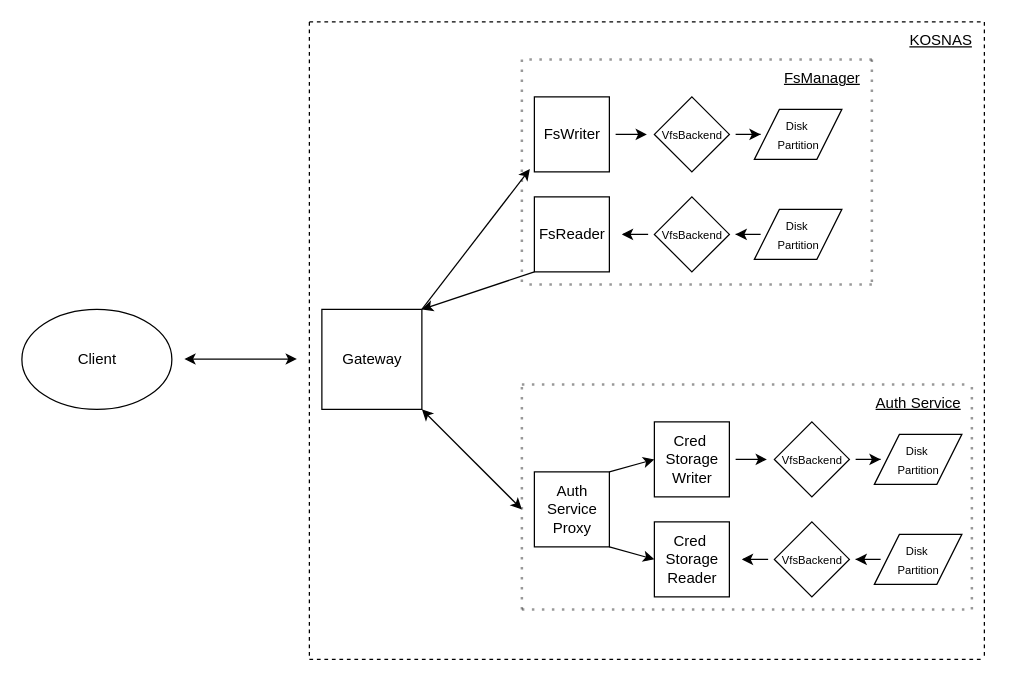
This is assets/NAS Arch.drawio from Iroh-5/kosnas, a draw.io file, before an edit. Source tidied: cells renumbered, new cells numbered last; positions are measured from the earlier drawing's top-left corner, leaving out a move shared by most shapes. Both pictures are drawn from the tidied source at 125%, with x=0, y=0 at pixel (21, 21).
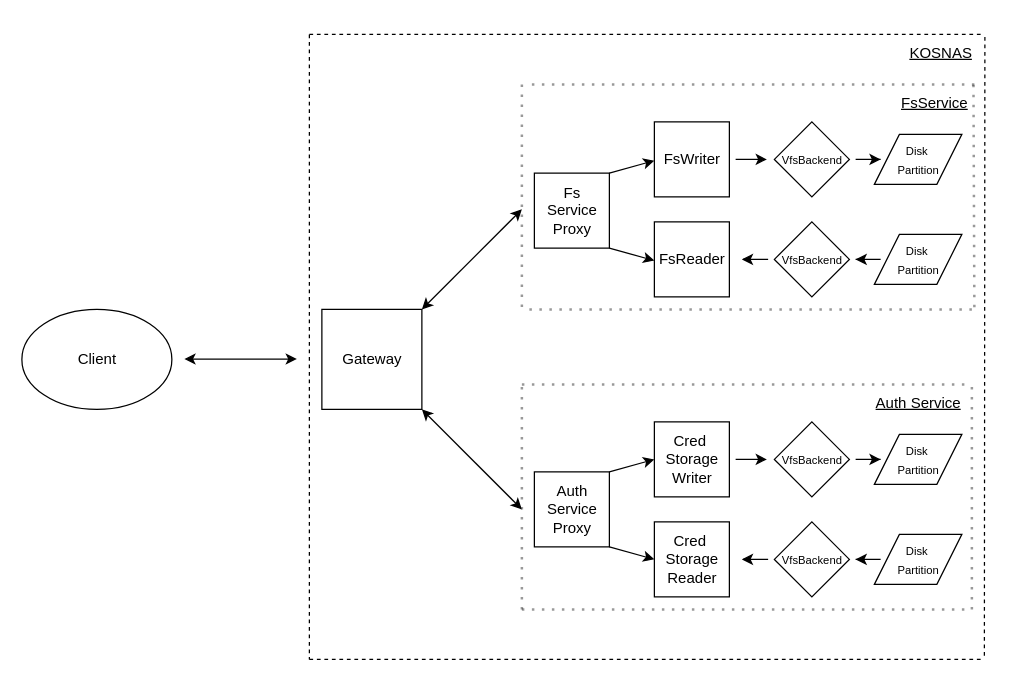
The same diagram, later.

Commit message:
Update architecture diagram v1.0 -> v1.0.1

Unchanged cells that the change refers to:
```xml
<mxCell id="2" style="whiteSpace=wrap;html=1;" parent="1" vertex="1">
  <mxGeometry x="240" y="230" width="80" height="80" as="geometry" />
</mxCell>
```

Diff of the diagram source:
```diff
@@
     <mxCell id="5" style="endArrow=none;dashed=1;html=1;rounded=0;" parent="1" edge="1">
       <mxGeometry relative="1" as="geometry">
-        <mxPoint x="230" as="sourcePoint" />
+        <mxPoint x="230" y="10" as="sourcePoint" />
         <mxPoint x="230" y="510" as="targetPoint" />
       </mxGeometry>
     </mxCell>
@@
     <mxCell id="8" style="whiteSpace=wrap;html=1;" parent="1" vertex="1">
-      <mxGeometry x="410" y="60" width="60" height="60" as="geometry" />
+      <mxGeometry x="506" y="80" width="60" height="60" as="geometry" />
     </mxCell>
     <mxCell id="9" style="whiteSpace=wrap;html=1;" parent="1" vertex="1">
-      <mxGeometry x="410" y="140" width="60" height="60" as="geometry" />
+      <mxGeometry x="506" y="160" width="60" height="60" as="geometry" />
     </mxCell>
     <mxCell id="10" style="rhombus;whiteSpace=wrap;html=1;" parent="1" vertex="1">
-      <mxGeometry x="506" y="60" width="60" height="60" as="geometry" />
+      <mxGeometry x="602" y="80" width="60" height="60" as="geometry" />
     </mxCell>
     <mxCell id="11" style="rhombus;whiteSpace=wrap;html=1;" parent="1" vertex="1">
-      <mxGeometry x="506" y="140" width="60" height="60" as="geometry" />
+      <mxGeometry x="602" y="160" width="60" height="60" as="geometry" />
     </mxCell>
     <mxCell id="12" style="shape=parallelogram;perimeter=parallelogramPerimeter;whiteSpace=wrap;html=1;fixedSize=1;" parent="1" vertex="1">
-      <mxGeometry x="586" y="70" width="70" height="40" as="geometry" />
+      <mxGeometry x="682" y="90" width="70" height="40" as="geometry" />
     </mxCell>
     <mxCell id="13" style="shape=parallelogram;perimeter=parallelogramPerimeter;whiteSpace=wrap;html=1;fixedSize=1;" parent="1" vertex="1">
-      <mxGeometry x="586" y="150" width="70" height="40" as="geometry" />
+      <mxGeometry x="682" y="170" width="70" height="40" as="geometry" />
     </mxCell>
-    <mxCell id="14" style="edgeStyle=orthogonalEdgeStyle;rounded=0;jettySize=auto;html=1;" parent="1" edge="1" source="15">
+    <mxCell id="14" style="edgeStyle=orthogonalEdgeStyle;rounded=0;orthogonalLoop=1;jettySize=auto;html=1;" parent="1" edge="1">
       <mxGeometry relative="1" as="geometry">
-        <mxPoint x="500" y="90" as="targetPoint" />
+        <mxPoint x="571" y="110" as="sourcePoint" />
+        <mxPoint x="596" y="110" as="targetPoint" />
       </mxGeometry>
     </mxCell>
-    <mxCell id="15" value="FsWriter" style="text;html=1;align=center;verticalAlign=middle;points=[];strokeColor=none;fillColor=none;" parent="1" vertex="1">
-      <mxGeometry x="405" y="75" width="70" height="30" as="geometry" />
-    </mxCell>
     <mxCell id="16" value="FsReader" style="text;html=1;align=center;verticalAlign=middle;points=[];strokeColor=none;fillColor=none;" parent="1" vertex="1">
-      <mxGeometry x="400" y="155" width="80" height="30" as="geometry" />
+      <mxGeometry x="496" y="175" width="80" height="30" as="geometry" />
     </mxCell>
     <mxCell id="17" style="endArrow=none;dashed=1;html=1;dashPattern=1 3;strokeWidth=2;rounded=0;opacity=40;" parent="1" edge="1">
       <mxGeometry relative="1" as="geometry">
-        <mxPoint x="400" y="30" as="sourcePoint" />
-        <mxPoint x="400" y="210" as="targetPoint" />
+        <mxPoint x="400" y="50" as="sourcePoint" />
+        <mxPoint x="400" y="230" as="targetPoint" />
       </mxGeometry>
     </mxCell>
-    <mxCell id="18" style="endArrow=none;dashed=1;html=1;dashPattern=1 3;strokeWidth=2;rounded=0;opacity=40;" parent="1" edge="1">
+    <mxCell id="18" style="endArrow=none;dashed=1;html=1;dashPattern=1 3;strokeWidth=2;rounded=0;opacity=40;exitX=0.891;exitY=0.01;exitDx=0;exitDy=0;exitPerimeter=0;" parent="1" edge="1" source="21">
       <mxGeometry relative="1" as="geometry">
-        <mxPoint x="680" y="30" as="sourcePoint" />
-        <mxPoint x="680" y="210" as="targetPoint" />
+        <mxPoint x="762" y="230" as="targetPoint" />
       </mxGeometry>
     </mxCell>
     <mxCell id="19" style="endArrow=none;dashed=1;html=1;dashPattern=1 3;strokeWidth=2;rounded=0;opacity=40;" parent="1" edge="1">
       <mxGeometry relative="1" as="geometry">
-        <mxPoint x="680" y="210" as="sourcePoint" />
-        <mxPoint x="400" y="210" as="targetPoint" />
+        <mxPoint x="760" y="230" as="sourcePoint" />
+        <mxPoint x="400" y="230" as="targetPoint" />
       </mxGeometry>
     </mxCell>
     <mxCell id="20" style="endArrow=none;dashed=1;html=1;dashPattern=1 3;strokeWidth=2;rounded=0;opacity=40;" parent="1" edge="1">
       <mxGeometry relative="1" as="geometry">
-        <mxPoint x="680" y="30" as="sourcePoint" />
-        <mxPoint x="400" y="30" as="targetPoint" />
+        <mxPoint x="762" y="50" as="sourcePoint" />
+        <mxPoint x="402" y="50" as="targetPoint" />
       </mxGeometry>
     </mxCell>
-    <mxCell id="21" value="FsManager" style="text;html=1;align=center;verticalAlign=middle;points=[];strokeColor=none;fillColor=none;fontStyle=4;" parent="1" vertex="1">
-      <mxGeometry x="600" y="30" width="80" height="30" as="geometry" />
+    <mxCell id="21" value="FsService" style="text;html=1;align=center;verticalAlign=middle;points=[];strokeColor=none;fillColor=none;fontStyle=4;" parent="1" vertex="1">
+      <mxGeometry x="690" y="50" width="80" height="30" as="geometry" />
     </mxCell>
-    <mxCell id="22" style="endArrow=classic;html=1;rounded=0;exitX=1;exitY=0;exitDx=0;exitDy=0;entryX=-0.06;entryY=0.962;entryDx=0;entryDy=0;entryPerimeter=0;" parent="1" edge="1" source="2" target="8">
-      <mxGeometry relative="1" as="geometry" />
-    </mxCell>
-    <mxCell id="23" style="endArrow=classic;html=1;rounded=0;exitX=0;exitY=1;exitDx=0;exitDy=0;" parent="1" edge="1" source="9">
-      <mxGeometry relative="1" as="geometry">
-        <mxPoint x="320" y="230" as="targetPoint" />
-      </mxGeometry>
-    </mxCell>
@@
     <mxCell id="25" value="&lt;font style=&quot;font-size: 9px;&quot;&gt;VfsBackend&lt;/font&gt;" style="text;html=1;align=center;verticalAlign=middle;points=[];strokeColor=none;fillColor=none;" parent="1" vertex="1">
-      <mxGeometry x="501" y="75" width="70" height="30" as="geometry" />
+      <mxGeometry x="597" y="95" width="70" height="30" as="geometry" />
     </mxCell>
-    <mxCell id="26" style="edgeStyle=orthogonalEdgeStyle;rounded=0;jettySize=auto;html=1;" parent="1" edge="1" source="27" target="16">
-      <mxGeometry relative="1" as="geometry" />
+    <mxCell id="26" style="edgeStyle=orthogonalEdgeStyle;rounded=0;jettySize=auto;html=1;" parent="1" edge="1" source="27">
+      <mxGeometry relative="1" as="geometry">
+        <mxPoint x="576" y="190" as="targetPoint" />
+      </mxGeometry>
     </mxCell>
     <mxCell id="27" value="&lt;font style=&quot;font-size: 9px;&quot;&gt;VfsBackend&lt;/font&gt;" style="text;html=1;align=center;verticalAlign=middle;points=[];strokeColor=none;fillColor=none;" parent="1" vertex="1">
-      <mxGeometry x="501" y="155" width="70" height="30" as="geometry" />
+      <mxGeometry x="597" y="175" width="70" height="30" as="geometry" />
     </mxCell>
     <mxCell id="28" value="&lt;font style=&quot;font-size: 9px;&quot;&gt;Disk&lt;/font&gt;&lt;font style=&quot;font-size: 8px;&quot;&gt;&amp;nbsp;&lt;/font&gt;&lt;div&gt;&lt;font style=&quot;font-size: 9px;&quot;&gt;Partition&lt;/font&gt;&lt;/div&gt;" style="text;html=1;align=center;verticalAlign=middle;points=[];strokeColor=none;fillColor=none;" parent="1" vertex="1">
-      <mxGeometry x="591" y="70" width="60" height="40" as="geometry" />
+      <mxGeometry x="687" y="90" width="60" height="40" as="geometry" />
     </mxCell>
@@
     <mxCell id="30" value="&lt;font style=&quot;font-size: 9px;&quot;&gt;Disk&lt;/font&gt;&lt;font style=&quot;font-size: 8px;&quot;&gt;&amp;nbsp;&lt;/font&gt;&lt;div&gt;&lt;font style=&quot;font-size: 9px;&quot;&gt;Partition&lt;/font&gt;&lt;/div&gt;" style="text;html=1;align=center;verticalAlign=middle;points=[];strokeColor=none;fillColor=none;" parent="1" vertex="1">
-      <mxGeometry x="591" y="150" width="60" height="40" as="geometry" />
+      <mxGeometry x="687" y="170" width="60" height="40" as="geometry" />
     </mxCell>
@@
     <mxCell id="58" style="endArrow=none;dashed=1;html=1;rounded=0;" parent="1" edge="1">
       <mxGeometry relative="1" as="geometry">
-        <mxPoint x="230" as="sourcePoint" />
-        <mxPoint x="770" as="targetPoint" />
+        <mxPoint x="230" y="10" as="sourcePoint" />
+        <mxPoint x="770" y="10" as="targetPoint" />
       </mxGeometry>
     </mxCell>
-    <mxCell id="59" style="endArrow=none;dashed=1;html=1;rounded=0;" parent="1" edge="1">
+    <mxCell id="59" style="endArrow=none;dashed=1;html=1;rounded=0;exitX=1.006;exitY=0.067;exitDx=0;exitDy=0;exitPerimeter=0;" parent="1" edge="1" source="60">
       <mxGeometry relative="1" as="geometry">
-        <mxPoint x="770" as="sourcePoint" />
         <mxPoint x="770" y="510" as="targetPoint" />
       </mxGeometry>
     </mxCell>
     <mxCell id="60" value="KOSNAS" style="text;html=1;align=center;verticalAlign=middle;points=[];strokeColor=none;fillColor=none;fontStyle=4;" parent="1" vertex="1">
-      <mxGeometry x="700" width="70" height="30" as="geometry" />
+      <mxGeometry x="700" y="10" width="70" height="30" as="geometry" />
     </mxCell>
+    <mxCell id="15" value="FsWriter" style="text;html=1;align=center;verticalAlign=middle;points=[];strokeColor=none;fillColor=none;" parent="1" vertex="1">
+      <mxGeometry x="501" y="95" width="70" height="30" as="geometry" />
+    </mxCell>
+    <mxCell id="61" style="whiteSpace=wrap;html=1;" parent="1" vertex="1">
+      <mxGeometry x="410" y="121" width="60" height="60" as="geometry" />
+    </mxCell>
+    <mxCell id="62" value="Fs&lt;div&gt;Service&lt;/div&gt;&lt;div&gt;Proxy&lt;/div&gt;" style="text;html=1;align=center;verticalAlign=middle;strokeColor=none;fillColor=none;" parent="1" vertex="1">
+      <mxGeometry x="410" y="121" width="60" height="60" as="geometry" />
+    </mxCell>
+    <mxCell id="63" style="endArrow=classic;html=1;rounded=0;exitX=1;exitY=0;exitDx=0;exitDy=0;entryX=0;entryY=0.5;entryDx=0;entryDy=0;" parent="1" edge="1">
+      <mxGeometry relative="1" as="geometry">
+        <mxPoint x="470" y="121" as="sourcePoint" />
+        <mxPoint x="506" y="111" as="targetPoint" />
+      </mxGeometry>
+    </mxCell>
+    <mxCell id="64" style="endArrow=classic;html=1;rounded=0;exitX=1;exitY=1;exitDx=0;exitDy=0;entryX=0;entryY=0.5;entryDx=0;entryDy=0;" parent="1" edge="1">
+      <mxGeometry relative="1" as="geometry">
+        <mxPoint x="470" y="181" as="sourcePoint" />
+        <mxPoint x="506" y="191" as="targetPoint" />
+      </mxGeometry>
+    </mxCell>
+    <mxCell id="65" style="endArrow=classic;startArrow=classic;html=1;rounded=0;exitX=1;exitY=1;exitDx=0;exitDy=0;" parent="1" edge="1">
+      <mxGeometry relative="1" as="geometry">
+        <mxPoint x="320" y="230" as="sourcePoint" />
+        <mxPoint x="400" y="150" as="targetPoint" />
+      </mxGeometry>
+    </mxCell>
```
